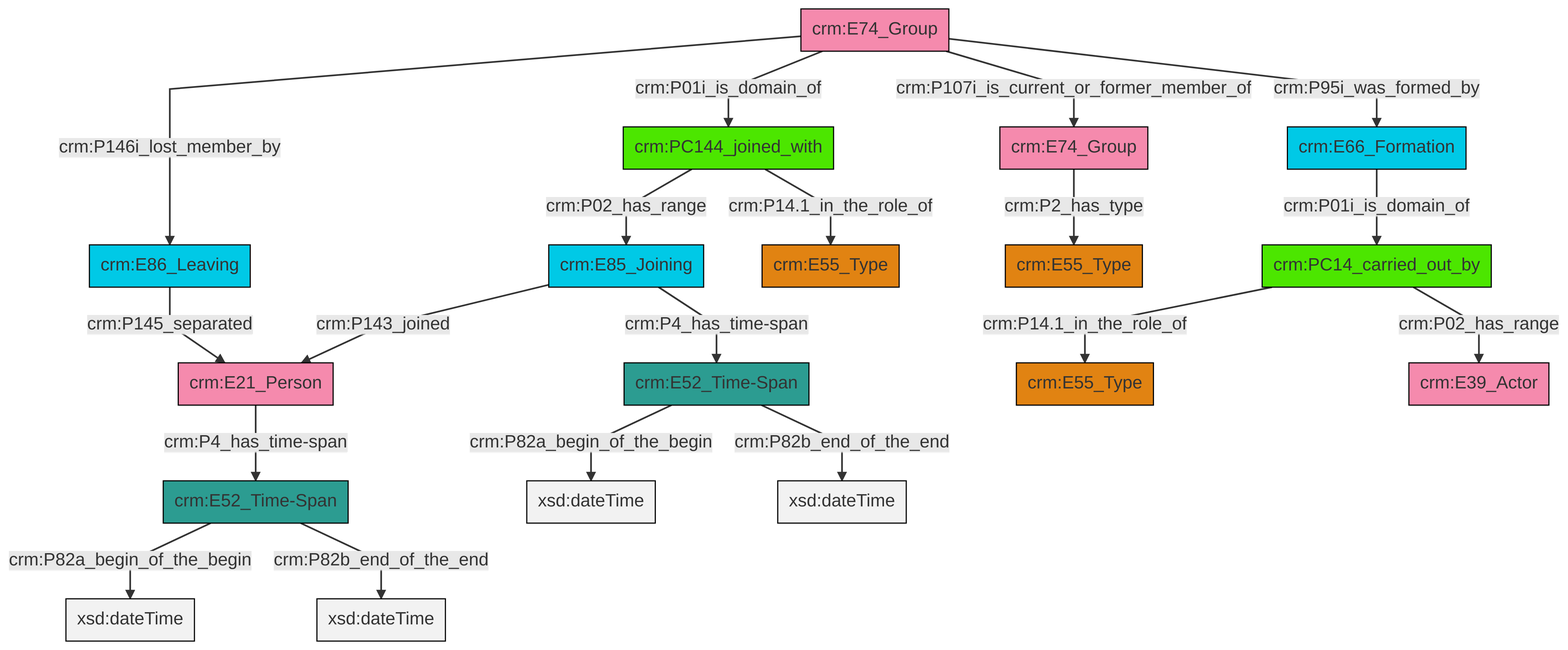
This is et/groupCSV/ttl/mmd/png/group_actor_relations.png from swiss-art-research-net/docs.swissartresearch, a Mermaid export, as it was before one commit. Its source is kept beside it as et/groupCSV/ttl/mmd/group_actor_relations.ttl.mmd.
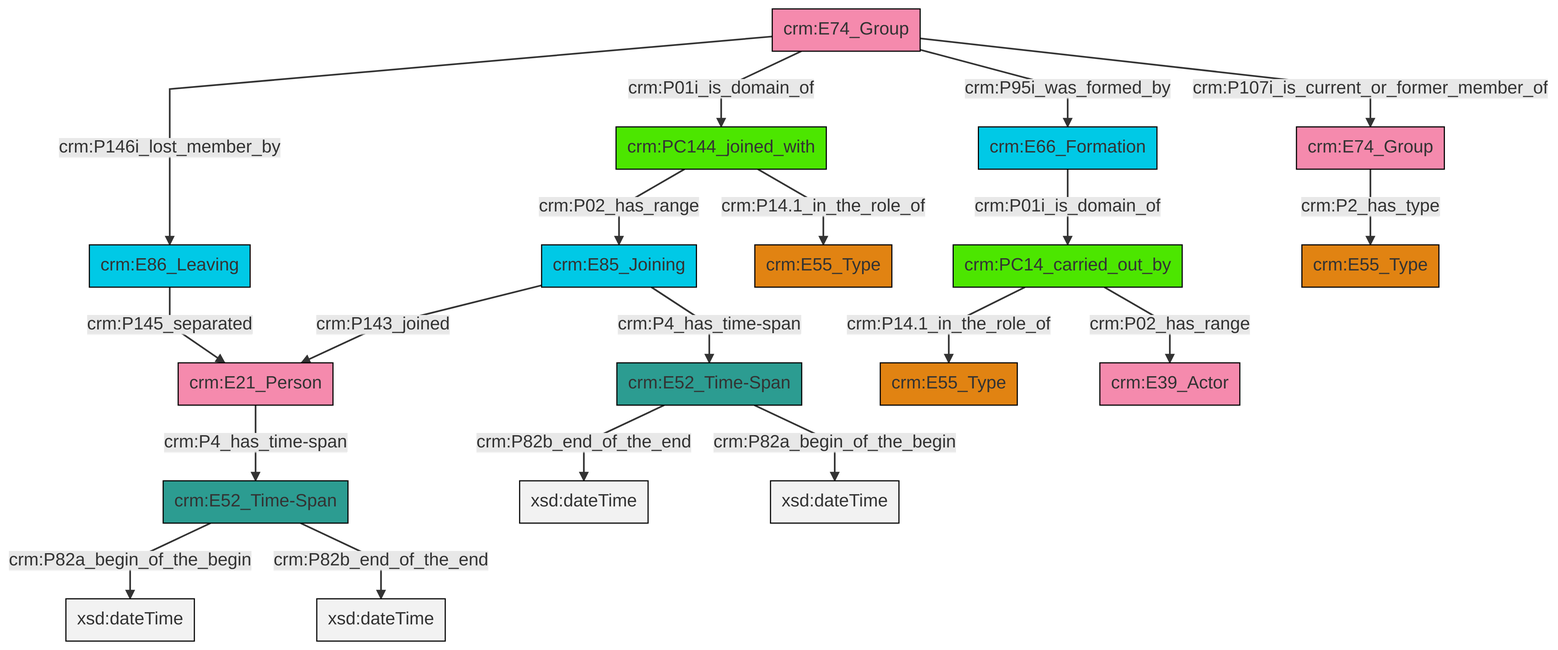
The same file after the commit.

The edit, as a diff of the source:
```diff
@@ -13,21 +13,21 @@
 classDef PC_Classes fill:#4ce600, stroke:#000000;
 classDef Multi fill:#cccccc,stroke:#000000;
 
-8["crm:E74_Group"]:::Actor -->|crm:P146i_lost_member_by| 9["crm:E86_Leaving"]:::Temporal_Entity
-10["crm:E52_Time-Span"]:::Time-Span -->|crm:P82a_begin_of_the_begin| 11[xsd:dateTime]:::Literal
-12["crm:E52_Time-Span"]:::Time-Span -->|crm:P82a_begin_of_the_begin| 13[xsd:dateTime]:::Literal
-15["crm:E85_Joining"]:::Temporal_Entity -->|crm:P143_joined| 16["crm:E21_Person"]:::Actor
-21["crm:PC144_joined_with"]:::PC_Classes -->|crm:P02_has_range| 15["crm:E85_Joining"]:::Temporal_Entity
-8["crm:E74_Group"]:::Actor -->|crm:P01i_is_domain_of| 21["crm:PC144_joined_with"]:::PC_Classes
-6["crm:PC14_carried_out_by"]:::PC_Classes -->|crm:P14.1_in_the_role_of| 26["crm:E55_Type"]:::Type
-2["crm:E66_Formation"]:::Temporal_Entity -->|crm:P01i_is_domain_of| 6["crm:PC14_carried_out_by"]:::PC_Classes
-16["crm:E21_Person"]:::Actor -->|crm:P4_has_time-span| 12["crm:E52_Time-Span"]:::Time-Span
-6["crm:PC14_carried_out_by"]:::PC_Classes -->|crm:P02_has_range| 23["crm:E39_Actor"]:::Actor
-8["crm:E74_Group"]:::Actor -->|crm:P107i_is_current_or_former_member_of| 4["crm:E74_Group"]:::Actor
-4["crm:E74_Group"]:::Actor -->|crm:P2_has_type| 0["crm:E55_Type"]:::Type
-9["crm:E86_Leaving"]:::Temporal_Entity -->|crm:P145_separated| 16["crm:E21_Person"]:::Actor
-12["crm:E52_Time-Span"]:::Time-Span -->|crm:P82b_end_of_the_end| 28[xsd:dateTime]:::Literal
-15["crm:E85_Joining"]:::Temporal_Entity -->|crm:P4_has_time-span| 10["crm:E52_Time-Span"]:::Time-Span
-10["crm:E52_Time-Span"]:::Time-Span -->|crm:P82b_end_of_the_end| 29[xsd:dateTime]:::Literal
-8["crm:E74_Group"]:::Actor -->|crm:P95i_was_formed_by| 2["crm:E66_Formation"]:::Temporal_Entity
-21["crm:PC144_joined_with"]:::PC_Classes -->|crm:P14.1_in_the_role_of| 19["crm:E55_Type"]:::Type
+0["crm:E74_Group"]:::Actor -->|crm:P01i_is_domain_of| 1["crm:PC144_joined_with"]:::PC_Classes
+2["crm:E86_Leaving"]:::Temporal_Entity -->|crm:P145_separated| 3["crm:E21_Person"]:::Actor
+0["crm:E74_Group"]:::Actor -->|crm:P146i_lost_member_by| 2["crm:E86_Leaving"]:::Temporal_Entity
+1["crm:PC144_joined_with"]:::PC_Classes -->|crm:P02_has_range| 6["crm:E85_Joining"]:::Temporal_Entity
+14["crm:E52_Time-Span"]:::Time-Span -->|crm:P82b_end_of_the_end| 16[xsd:dateTime]:::Literal
+21["crm:PC14_carried_out_by"]:::PC_Classes -->|crm:P02_has_range| 22["crm:E39_Actor"]:::Actor
+1["crm:PC144_joined_with"]:::PC_Classes -->|crm:P14.1_in_the_role_of| 9["crm:E55_Type"]:::Type
+21["crm:PC14_carried_out_by"]:::PC_Classes -->|crm:P14.1_in_the_role_of| 17["crm:E55_Type"]:::Type
+6["crm:E85_Joining"]:::Temporal_Entity -->|crm:P143_joined| 3["crm:E21_Person"]:::Actor
+4["crm:E52_Time-Span"]:::Time-Span -->|crm:P82a_begin_of_the_begin| 26[xsd:dateTime]:::Literal
+3["crm:E21_Person"]:::Actor -->|crm:P4_has_time-span| 4["crm:E52_Time-Span"]:::Time-Span
+4["crm:E52_Time-Span"]:::Time-Span -->|crm:P82b_end_of_the_end| 27[xsd:dateTime]:::Literal
+14["crm:E52_Time-Span"]:::Time-Span -->|crm:P82a_begin_of_the_begin| 30[xsd:dateTime]:::Literal
+6["crm:E85_Joining"]:::Temporal_Entity -->|crm:P4_has_time-span| 14["crm:E52_Time-Span"]:::Time-Span
+11["crm:E66_Formation"]:::Temporal_Entity -->|crm:P01i_is_domain_of| 21["crm:PC14_carried_out_by"]:::PC_Classes
+19["crm:E74_Group"]:::Actor -->|crm:P2_has_type| 24["crm:E55_Type"]:::Type
+0["crm:E74_Group"]:::Actor -->|crm:P95i_was_formed_by| 11["crm:E66_Formation"]:::Temporal_Entity
+0["crm:E74_Group"]:::Actor -->|crm:P107i_is_current_or_former_member_of| 19["crm:E74_Group"]:::Actor
```
